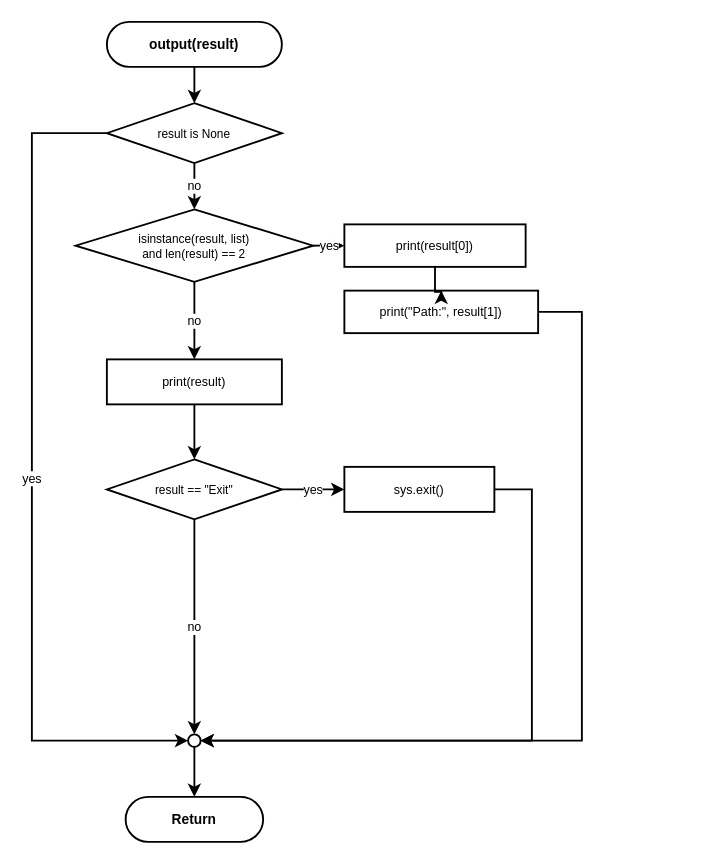
This is program001/flowchart/10_output.drawio from kittiphong064008-cyber/AI-Coding, a draw.io file, before an edit. Source tidied: cells renumbered, new cells numbered last; positions are measured from the earlier drawing's top-left corner, leaving out a move shared by most shapes. Both pictures are drawn from the tidied source at 125%, with x=0, y=0 at pixel (31, 21).
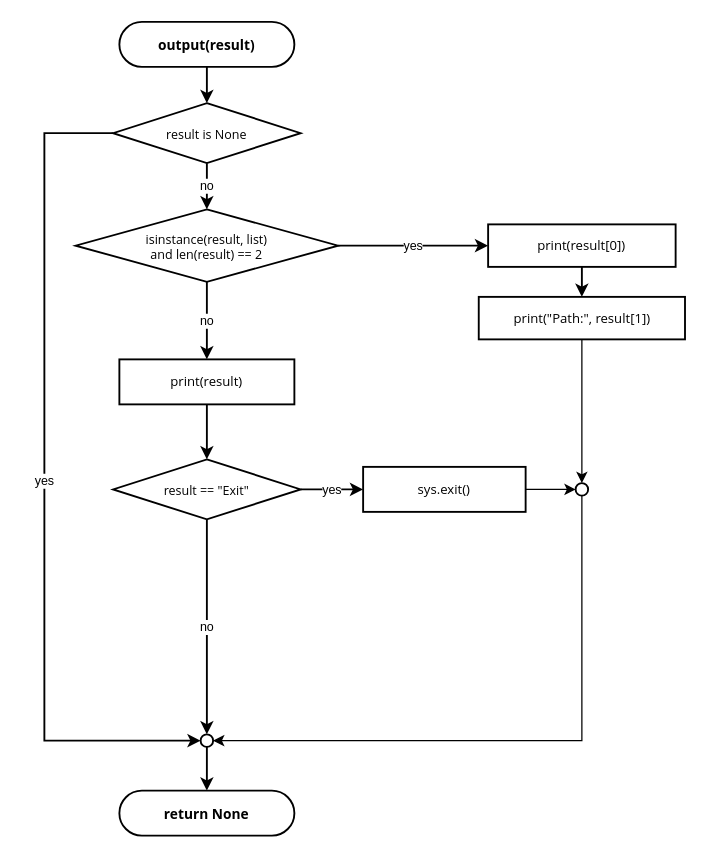
After the change.

Change to the diagram source:
```diff
@@
-    <mxCell id="2" value="output(result)" style="rounded=1;whiteSpace=wrap;html=1;arcSize=50;fillColor=#ffffff;strokeColor=#000000;strokeWidth=1.5;fontSize=11;fontFamily=Helvetica;fontStyle=1;" parent="1" vertex="1">
-      <mxGeometry x="60" width="140" height="36" as="geometry" />
+    <mxCell id="2" value="output(result)" style="rounded=1;whiteSpace=wrap;html=1;arcSize=50;fillColor=#ffffff;strokeColor=#000000;strokeWidth=1.5;fontSize=11;fontFamily=Segoe UI;fontStyle=1;" parent="1" vertex="1">
+      <mxGeometry x="70" width="140" height="36" as="geometry" />
     </mxCell>
-    <mxCell id="3" value="result is None" style="rhombus;whiteSpace=wrap;html=1;fillColor=#ffffff;strokeColor=#000000;strokeWidth=1.5;fontSize=9.5;fontFamily=Helvetica;" parent="1" vertex="1">
-      <mxGeometry x="60" y="65" width="140" height="48" as="geometry" />
+    <mxCell id="3" value="result is None" style="rhombus;whiteSpace=wrap;html=1;fillColor=#ffffff;strokeColor=#000000;strokeWidth=1.5;fontSize=10;fontFamily=Segoe UI;" parent="1" vertex="1">
+      <mxGeometry x="65" y="65" width="150" height="48" as="geometry" />
     </mxCell>
-    <mxCell id="4" value="isinstance(result, list)&#10;and len(result) == 2" style="rhombus;whiteSpace=wrap;html=1;fillColor=#ffffff;strokeColor=#000000;strokeWidth=1.5;fontSize=9.5;fontFamily=Helvetica;" parent="1" vertex="1">
-      <mxGeometry x="35" y="150" width="190" height="58" as="geometry" />
+    <mxCell id="4" value="isinstance(result, list)&#10;and len(result) == 2" style="rhombus;whiteSpace=wrap;html=1;fillColor=#ffffff;strokeColor=#000000;strokeWidth=1.5;fontSize=10;fontFamily=Segoe UI;" parent="1" vertex="1">
+      <mxGeometry x="35" y="150" width="210" height="58" as="geometry" />
     </mxCell>
-    <mxCell id="5" value="print(result[0])" style="rounded=0;whiteSpace=wrap;html=1;fillColor=#ffffff;strokeColor=#000000;strokeWidth=1.5;fontSize=10;fontFamily=Helvetica;" parent="1" vertex="1">
-      <mxGeometry x="250" y="162" width="145" height="34" as="geometry" />
+    <mxCell id="5" value="print(result[0])" style="rounded=0;whiteSpace=wrap;html=1;fillColor=#ffffff;strokeColor=#000000;strokeWidth=1.5;fontSize=10.5;fontFamily=Segoe UI;" parent="1" vertex="1">
+      <mxGeometry x="365" y="162" width="150" height="34" as="geometry" />
     </mxCell>
+    <mxCell id="24" style="edgeStyle=orthogonalEdgeStyle;rounded=0;jettySize=auto;html=1;exitX=0.5;exitY=1;exitDx=0;exitDy=0;entryX=0.5;entryY=0;entryDx=0;entryDy=0;" parent="1" edge="1" source="6" target="27">
+      <mxGeometry relative="1" as="geometry" />
+    </mxCell>
-    <mxCell id="6" value="print(&quot;Path:&quot;, result[1])" style="rounded=0;whiteSpace=wrap;html=1;fillColor=#ffffff;strokeColor=#000000;strokeWidth=1.5;fontSize=10;fontFamily=Helvetica;" parent="1" vertex="1">
-      <mxGeometry x="250" y="215" width="155" height="34" as="geometry" />
+    <mxCell id="6" value="print(&quot;Path:&quot;, result[1])" style="rounded=0;whiteSpace=wrap;html=1;fillColor=#ffffff;strokeColor=#000000;strokeWidth=1.5;fontSize=10.5;fontFamily=Segoe UI;" parent="1" vertex="1">
+      <mxGeometry x="357.5" y="220" width="165" height="34" as="geometry" />
     </mxCell>
-    <mxCell id="7" value="print(result)" style="rounded=0;whiteSpace=wrap;html=1;fillColor=#ffffff;strokeColor=#000000;strokeWidth=1.5;fontSize=10;fontFamily=Helvetica;" parent="1" vertex="1">
-      <mxGeometry x="60" y="270" width="140" height="36" as="geometry" />
+    <mxCell id="7" value="print(result)" style="rounded=0;whiteSpace=wrap;html=1;fillColor=#ffffff;strokeColor=#000000;strokeWidth=1.5;fontSize=10.5;fontFamily=Segoe UI;" parent="1" vertex="1">
+      <mxGeometry x="70" y="270" width="140" height="36" as="geometry" />
     </mxCell>
-    <mxCell id="8" value="result == &quot;Exit&quot;" style="rhombus;whiteSpace=wrap;html=1;fillColor=#ffffff;strokeColor=#000000;strokeWidth=1.5;fontSize=9.5;fontFamily=Helvetica;" parent="1" vertex="1">
-      <mxGeometry x="60" y="350" width="140" height="48" as="geometry" />
+    <mxCell id="8" value="result == &quot;Exit&quot;" style="rhombus;whiteSpace=wrap;html=1;fillColor=#ffffff;strokeColor=#000000;strokeWidth=1.5;fontSize=10;fontFamily=Segoe UI;" parent="1" vertex="1">
+      <mxGeometry x="65" y="350" width="150" height="48" as="geometry" />
     </mxCell>
+    <mxCell id="25" style="edgeStyle=orthogonalEdgeStyle;rounded=0;jettySize=auto;html=1;exitX=1;exitY=0.5;exitDx=0;exitDy=0;entryX=0;entryY=0.5;entryDx=0;entryDy=0;" parent="1" edge="1" source="9" target="27">
+      <mxGeometry relative="1" as="geometry" />
+    </mxCell>
-    <mxCell id="9" value="sys.exit()" style="rounded=0;whiteSpace=wrap;html=1;fillColor=#ffffff;strokeColor=#000000;strokeWidth=1.5;fontSize=10;fontFamily=Helvetica;" parent="1" vertex="1">
-      <mxGeometry x="250" y="356" width="120" height="36" as="geometry" />
+    <mxCell id="9" value="sys.exit()" style="rounded=0;whiteSpace=wrap;html=1;fillColor=#ffffff;strokeColor=#000000;strokeWidth=1.5;fontSize=10.5;fontFamily=Segoe UI;" parent="1" vertex="1">
+      <mxGeometry x="265" y="356" width="130" height="36" as="geometry" />
     </mxCell>
     <mxCell id="10" style="ellipse;whiteSpace=wrap;html=1;fillColor=#ffffff;strokeColor=#000000;strokeWidth=1.5;" parent="1" vertex="1">
-      <mxGeometry x="125" y="570" width="10" height="10" as="geometry" />
+      <mxGeometry x="135" y="570" width="10" height="10" as="geometry" />
     </mxCell>
-    <mxCell id="11" value="Return" style="rounded=1;whiteSpace=wrap;html=1;arcSize=50;fillColor=#ffffff;strokeColor=#000000;strokeWidth=1.5;fontSize=11;fontFamily=Helvetica;fontStyle=1;" parent="1" vertex="1">
-      <mxGeometry x="75" y="620" width="110" height="36" as="geometry" />
+    <mxCell id="11" value="return None" style="rounded=1;whiteSpace=wrap;html=1;arcSize=50;fillColor=#ffffff;strokeColor=#000000;strokeWidth=1.5;fontSize=11;fontFamily=Segoe UI;fontStyle=1;" parent="1" vertex="1">
+      <mxGeometry x="70" y="615" width="140" height="36" as="geometry" />
     </mxCell>
@@
     <mxCell id="13" value="yes" style="edgeStyle=orthogonalEdgeStyle;rounded=0;jettySize=auto;html=1;strokeWidth=1.5;strokeColor=#000000;fontSize=10;fontColor=#000000;exitX=0;exitY=0.5;exitDx=0;exitDy=0;entryX=0;entryY=0.5;entryDx=0;entryDy=0;" parent="1" edge="1" source="3" target="10">
       <mxGeometry relative="1" as="geometry">
         <Array as="points">
-          <mxPoint y="89" />
-          <mxPoint y="575" />
+          <mxPoint x="10" y="89" />
+          <mxPoint x="10" y="575" />
         </Array>
       </mxGeometry>
     </mxCell>
@@
-    <mxCell id="17" style="edgeStyle=orthogonalEdgeStyle;rounded=0;jettySize=auto;html=1;strokeWidth=1.5;strokeColor=#000000;fontSize=10;fontColor=#000000;exitX=1;exitY=0.5;exitDx=0;exitDy=0;entryX=1;entryY=0.5;entryDx=0;entryDy=0;" parent="1" edge="1" source="6" target="10">
-      <mxGeometry relative="1" as="geometry">
-        <Array as="points">
-          <mxPoint x="440" y="232" />
-          <mxPoint x="440" y="575" />
-        </Array>
-      </mxGeometry>
-    </mxCell>
@@
-    <mxCell id="21" style="edgeStyle=orthogonalEdgeStyle;rounded=0;jettySize=auto;html=1;strokeWidth=1.5;strokeColor=#000000;fontSize=10;fontColor=#000000;exitX=1;exitY=0.5;exitDx=0;exitDy=0;entryX=1;entryY=0.5;entryDx=0;entryDy=0;" parent="1" edge="1" source="9" target="10">
-      <mxGeometry relative="1" as="geometry">
-        <Array as="points">
-          <mxPoint x="400" y="374" />
-          <mxPoint x="400" y="575" />
-        </Array>
-      </mxGeometry>
-    </mxCell>
@@
+    <mxCell id="26" style="edgeStyle=orthogonalEdgeStyle;rounded=0;jettySize=auto;html=1;exitX=0.5;exitY=1;exitDx=0;exitDy=0;entryX=1;entryY=0.5;entryDx=0;entryDy=0;" parent="1" edge="1" source="27" target="10">
+      <mxGeometry relative="1" as="geometry" />
+    </mxCell>
+    <mxCell id="27" style="ellipse;whiteSpace=wrap;html=1;fillColor=#ffffff;strokeColor=#000000;strokeWidth=1.5;" parent="1" vertex="1">
+      <mxGeometry x="435" y="369" width="10" height="10" as="geometry" />
+    </mxCell>
```
